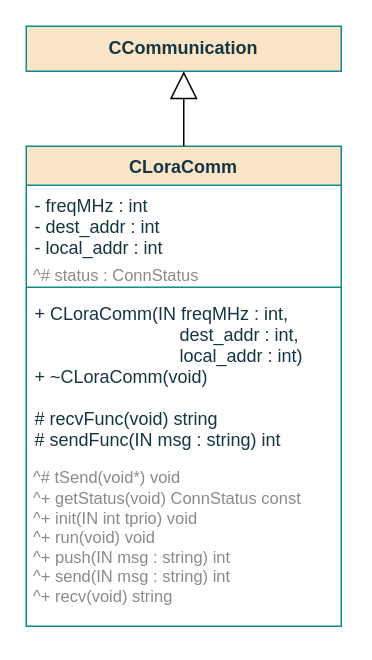
Earlier version of the draw.io diagram page "Class" (1 of 4) of documentation/flowcharts/02Classes/CLoraComm.drawio (ESRGgroup9/slipad). Source tidied: cells renumbered, new cells numbered last; positions are measured from the earlier drawing's top-left corner, leaving out a move shared by most shapes. Both pictures are drawn from the tidied source at 150%, with x=0, y=0 at pixel (26, 26).
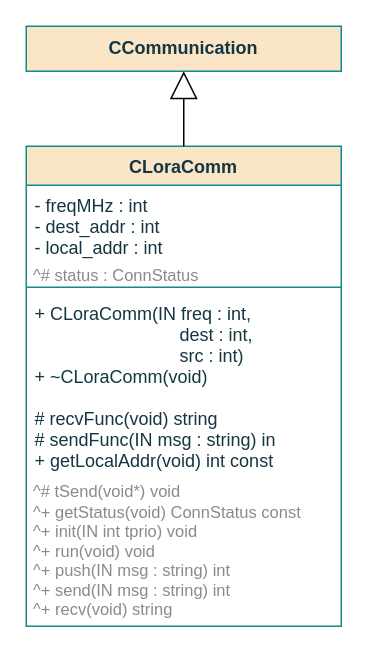
After the change.

What changed in the source:
```diff
@@
 <mxGraphModel>
   <root>
     <mxCell id="0" />
     <mxCell id="1" parent="0" />
     <mxCell id="2" value="CLoraComm" style="swimlane;fontStyle=1;align=center;verticalAlign=top;horizontal=1;startSize=26;fillColor=#FAE5C7;strokeColor=#0F8B8D;fontColor=#143642;" parent="1" vertex="1">
       <mxGeometry y="80" width="210" height="320" as="geometry" />
     </mxCell>
     <mxCell id="3" value="- freqMHz : int&#10;- dest_addr : int&#10;- local_addr : int&#10;&#10;&#10;&#10;&#10;&#10;" style="text;strokeColor=none;fillColor=none;align=left;verticalAlign=top;spacingLeft=4;spacingRight=4;overflow=hidden;fontColor=#143642;" parent="2" vertex="1">
       <mxGeometry y="26" width="210" height="64" as="geometry" />
     </mxCell>
     <mxCell id="4" style="line;strokeWidth=1;fillColor=none;align=left;verticalAlign=middle;spacingTop=-1;spacingLeft=3;spacingRight=3;labelPosition=right;labelBackgroundColor=#DAD2D8;strokeColor=#0F8B8D;fontColor=#143642;" parent="2" vertex="1">
       <mxGeometry y="90" width="210" height="8" as="geometry" />
     </mxCell>
-    <mxCell id="5" value="+ CLoraComm(IN freqMHz : int,&#10;                             dest_addr : int,&#10;                             local_addr : int)&#10;+ ~CLoraComm(void)&#10;&#10;# recvFunc(void) string&#10;# sendFunc(IN msg : string) int &#10;&#10;&#10;&#10;" style="text;strokeColor=none;fillColor=none;align=left;verticalAlign=top;spacingLeft=4;spacingRight=4;overflow=hidden;fontColor=#143642;" parent="2" vertex="1">
+    <mxCell id="5" value="+ CLoraComm(IN freq : int,&#10;                             dest : int,&#10;                             src : int)&#10;+ ~CLoraComm(void)&#10;&#10;# recvFunc(void) string&#10;# sendFunc(IN msg : string) in&#10;+ getLocalAddr(void) int const &#10; &#10;&#10;&#10;&#10;" style="text;strokeColor=none;fillColor=none;align=left;verticalAlign=top;spacingLeft=4;spacingRight=4;overflow=hidden;fontColor=#143642;" parent="2" vertex="1">
       <mxGeometry y="98" width="210" height="222" as="geometry" />
     </mxCell>
     <mxCell id="6" value="CCommunication" style="rounded=0;whiteSpace=wrap;html=1;sketch=0;fontColor=#143642;strokeColor=#0F8B8D;fillColor=#FAE5C7;fontStyle=1;" parent="1" vertex="1">
       <mxGeometry width="210" height="30" as="geometry" />
     </mxCell>
     <mxCell id="7" style="endArrow=block;endSize=16;endFill=0;html=1;rounded=0;exitX=0.5;exitY=0;exitDx=0;exitDy=0;entryX=0.5;entryY=1;entryDx=0;entryDy=0;" parent="1" edge="1" source="2" target="6">
       <mxGeometry relative="1" as="geometry" />
     </mxCell>
     <mxCell id="8" value="&lt;div style=&quot;font-size: 11px&quot;&gt;&lt;font style=&quot;font-size: 11px&quot; color=&quot;#8A8A8A&quot;&gt;^# tSend(void*) void&lt;br&gt;&lt;/font&gt;&lt;/div&gt;&lt;div style=&quot;font-size: 11px&quot;&gt;&lt;font style=&quot;font-size: 11px&quot; color=&quot;#8A8A8A&quot;&gt;^+ getStatus(void) ConnStatus const&lt;br style=&quot;font-size: 11px&quot;&gt;&lt;/font&gt;&lt;/div&gt;&lt;div style=&quot;font-size: 11px&quot;&gt;&lt;div style=&quot;font-size: 11px&quot;&gt;&lt;font style=&quot;font-size: 11px&quot; color=&quot;#8A8A8A&quot;&gt;^+ init(IN int tprio) void&lt;/font&gt;&lt;/div&gt;&lt;font style=&quot;font-size: 11px&quot; color=&quot;#8A8A8A&quot;&gt;^+ run(void) void&lt;/font&gt;&lt;/div&gt;&lt;font style=&quot;font-size: 11px&quot; color=&quot;#8A8A8A&quot;&gt;^+ push(IN msg : string) int&lt;br style=&quot;font-size: 11px&quot;&gt;^+ send(IN msg : string) int&lt;br style=&quot;font-size: 11px&quot;&gt;^+ recv(void) string&lt;/font&gt;" style="text;html=1;align=left;verticalAlign=middle;strokeColor=none;fillColor=none;opacity=10;fontSize=11;" parent="1" vertex="1">
-      <mxGeometry x="3" y="286" width="210" height="110" as="geometry" />
+      <mxGeometry x="3" y="295" width="210" height="110" as="geometry" />
     </mxCell>
     <mxCell id="9" value="&lt;br&gt;&lt;div&gt;&lt;font style=&quot;font-size: 11px&quot; color=&quot;#8A8A8A&quot;&gt;^# status : ConnStatus&lt;br&gt;&lt;/font&gt;&lt;/div&gt;" style="text;html=1;align=left;verticalAlign=middle;strokeColor=none;fillColor=none;opacity=10;fontSize=11;" parent="1" vertex="1">
       <mxGeometry x="3" y="144" width="140" height="30" as="geometry" />
     </mxCell>
   </root>
 </mxGraphModel>
```
